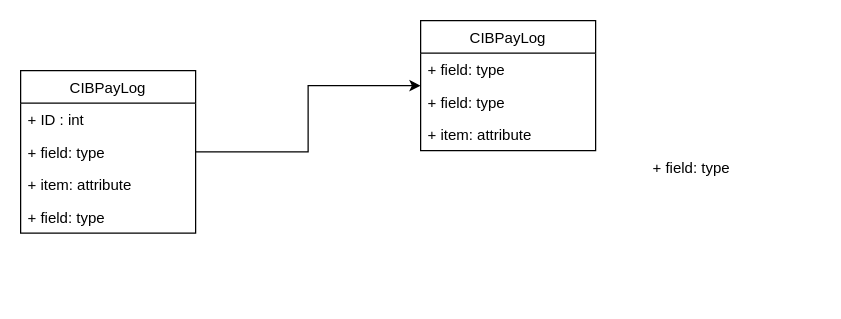
This is Untitled Diagram.drawio from KunlapathPaengsa/CreateDBWithdiagrams.net, a draw.io file, before an edit. Source tidied: cells renumbered, new cells numbered last; positions are measured from the earlier drawing's top-left corner, leaving out a move shared by most shapes. Both pictures are drawn from the tidied source at 125%, with x=0, y=0 at pixel (20, 20).
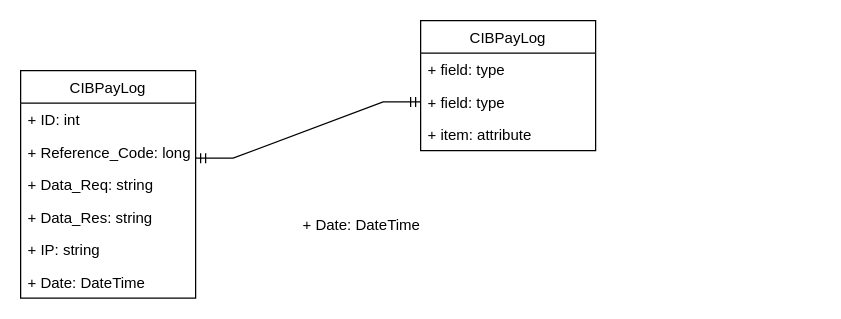
After the change.

The edit, as a diff of the source:
```diff
@@
 <mxGraphModel>
   <root>
     <mxCell id="0" />
     <mxCell id="1" parent="0" />
-    <mxCell id="2" style="edgeStyle=orthogonalEdgeStyle;rounded=0;jettySize=auto;html=1;" parent="1" edge="1" source="3" target="8">
-      <mxGeometry relative="1" as="geometry" />
-    </mxCell>
     <mxCell id="3" value="CIBPayLog" style="swimlane;fontStyle=0;horizontal=1;startSize=26;comic=0;" parent="1" vertex="1">
-      <mxGeometry y="40" width="140" height="130" as="geometry" />
+      <mxGeometry y="40" width="140" height="182" as="geometry" />
     </mxCell>
-    <mxCell id="4" value="+ ID : int" style="text;strokeColor=none;fillColor=none;align=left;verticalAlign=top;spacingLeft=4;spacingRight=4;overflow=hidden;labelBackgroundColor=none;" parent="3" vertex="1">
+    <mxCell id="4" value="+ ID: int" style="text;strokeColor=none;fillColor=none;align=left;verticalAlign=top;spacingLeft=4;spacingRight=4;overflow=hidden;labelBackgroundColor=none;" parent="3" vertex="1">
       <mxGeometry y="26" width="140" height="26" as="geometry" />
     </mxCell>
-    <mxCell id="5" value="+ field: type" style="text;strokeColor=none;fillColor=none;align=left;verticalAlign=top;spacingLeft=4;spacingRight=4;overflow=hidden;" parent="3" vertex="1">
+    <mxCell id="5" value="+ Reference_Code: long" style="text;strokeColor=none;fillColor=none;align=left;verticalAlign=top;spacingLeft=4;spacingRight=4;overflow=hidden;" parent="3" vertex="1">
       <mxGeometry y="52" width="140" height="26" as="geometry" />
     </mxCell>
+    <mxCell id="13" style="edgeStyle=entityRelationEdgeStyle;fontSize=12;html=1;endArrow=ERmandOne;startArrow=ERmandOne;rounded=0;entryX=0;entryY=0.5;entryDx=0;entryDy=0;" parent="3" edge="1" target="10">
+      <mxGeometry relative="1" as="geometry">
+        <mxPoint x="140" y="70" as="sourcePoint" />
+      </mxGeometry>
+    </mxCell>
-    <mxCell id="6" value="+ item: attribute" style="text;strokeColor=none;fillColor=none;align=left;verticalAlign=top;spacingLeft=4;spacingRight=4;overflow=hidden;comic=0;" parent="3" vertex="1">
+    <mxCell id="6" value="+ Data_Req: string    " style="text;strokeColor=none;fillColor=none;align=left;verticalAlign=top;spacingLeft=4;spacingRight=4;overflow=hidden;comic=0;" parent="3" vertex="1">
       <mxGeometry y="78" width="140" height="26" as="geometry" />
     </mxCell>
-    <mxCell id="7" value="+ field: type&#10;" style="text;strokeColor=none;fillColor=none;align=left;verticalAlign=top;spacingLeft=4;spacingRight=4;overflow=hidden;" parent="3" vertex="1">
+    <mxCell id="7" value="+ Data_Res: string" style="text;strokeColor=none;fillColor=none;align=left;verticalAlign=top;spacingLeft=4;spacingRight=4;overflow=hidden;" parent="3" vertex="1">
       <mxGeometry y="104" width="140" height="26" as="geometry" />
     </mxCell>
+    <mxCell id="14" value="+ IP: string&#10;" style="text;strokeColor=none;fillColor=none;align=left;verticalAlign=top;spacingLeft=4;spacingRight=4;overflow=hidden;" parent="3" vertex="1">
+      <mxGeometry y="130" width="140" height="26" as="geometry" />
+    </mxCell>
+    <mxCell id="15" value="+ Date: DateTime&#10;" style="text;strokeColor=none;fillColor=none;align=left;verticalAlign=top;spacingLeft=4;spacingRight=4;overflow=hidden;" parent="3" vertex="1">
+      <mxGeometry y="156" width="140" height="26" as="geometry" />
+    </mxCell>
     <mxCell id="8" value="CIBPayLog" style="swimlane;fontStyle=0;horizontal=1;startSize=26;fillColor=none;comic=0;" parent="1" vertex="1">
       <mxGeometry x="320" width="140" height="104" as="geometry" />
     </mxCell>
     <mxCell id="9" value="+ field: type" style="text;strokeColor=none;fillColor=none;align=left;verticalAlign=top;spacingLeft=4;spacingRight=4;overflow=hidden;" parent="8" vertex="1">
       <mxGeometry y="26" width="140" height="26" as="geometry" />
     </mxCell>
     <mxCell id="10" value="+ field: type" style="text;strokeColor=none;fillColor=none;align=left;verticalAlign=top;spacingLeft=4;spacingRight=4;overflow=hidden;points=[[0,0.5],[1,0.5]];portConstraint=eastwest;" parent="8" vertex="1">
       <mxGeometry y="52" width="140" height="26" as="geometry" />
     </mxCell>
     <mxCell id="11" value="+ item: attribute" style="text;strokeColor=none;fillColor=none;align=left;verticalAlign=top;spacingLeft=4;spacingRight=4;overflow=hidden;comic=0;" parent="8" vertex="1">
       <mxGeometry y="78" width="140" height="26" as="geometry" />
     </mxCell>
-    <mxCell id="12" value="+ field: type&#10;" style="text;strokeColor=none;fillColor=none;align=left;verticalAlign=top;spacingLeft=4;spacingRight=4;overflow=hidden;" parent="1" vertex="1">
-      <mxGeometry x="500" y="104" width="140" height="26" as="geometry" />
+    <mxCell id="12" value="+ Date: DateTime&#10;" style="text;strokeColor=none;fillColor=none;align=left;verticalAlign=top;spacingLeft=4;spacingRight=4;overflow=hidden;" parent="1" vertex="1">
+      <mxGeometry x="220" y="150" width="140" height="26" as="geometry" />
     </mxCell>
   </root>
 </mxGraphModel>
```
